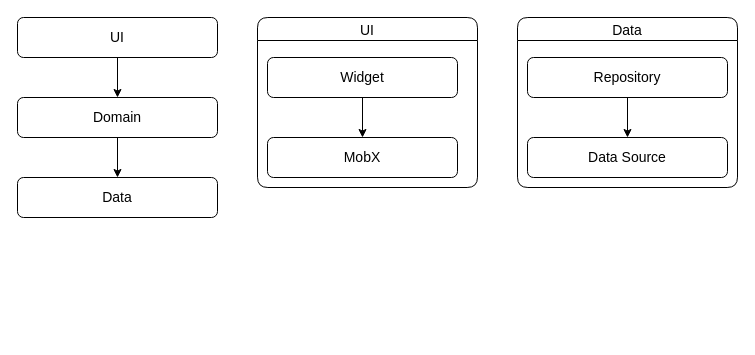
ShiryaevNikolay/diagrams keeps this draw.io diagram as thesis.drawio. Above is the earlier version. Source tidied: cells renumbered, new cells numbered last; positions are measured from the earlier drawing's top-left corner, leaving out a move shared by most shapes. Both pictures are drawn from the tidied source at 100%, with x=0, y=0 at pixel (17, 17).
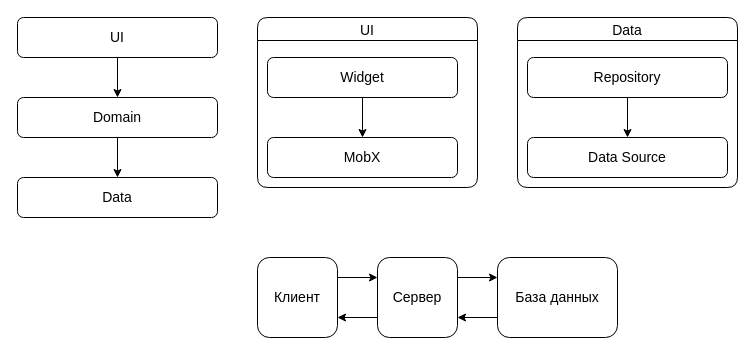
The same diagram, later.

Diff of the diagram source:
```diff
@@
-    <mxCell id="6" style="group;" parent="1" vertex="1">
+    <mxCell id="6" style="group;rounded=1;" parent="1" vertex="1">
       <mxGeometry width="200" height="200" as="geometry" />
     </mxCell>
@@
+    <mxCell id="16" style="edgeStyle=orthogonalEdgeStyle;rounded=1;jettySize=auto;html=1;exitX=1;exitY=0.25;exitDx=0;exitDy=0;entryX=0;entryY=0.25;entryDx=0;entryDy=0;" parent="1" edge="1" source="17" target="20">
+      <mxGeometry relative="1" as="geometry" />
+    </mxCell>
+    <mxCell id="17" value="&lt;font style=&quot;font-size: 14px;&quot;&gt;Клиент&lt;/font&gt;" style="rounded=1;whiteSpace=wrap;html=1;" parent="1" vertex="1">
+      <mxGeometry x="240" y="240" width="80" height="80" as="geometry" />
+    </mxCell>
+    <mxCell id="18" style="edgeStyle=orthogonalEdgeStyle;rounded=1;jettySize=auto;html=1;exitX=1;exitY=0.25;exitDx=0;exitDy=0;entryX=0;entryY=0.25;entryDx=0;entryDy=0;" parent="1" edge="1" source="20" target="22">
+      <mxGeometry relative="1" as="geometry" />
+    </mxCell>
+    <mxCell id="19" style="edgeStyle=orthogonalEdgeStyle;rounded=1;jettySize=auto;html=1;exitX=0;exitY=0.75;exitDx=0;exitDy=0;entryX=1;entryY=0.75;entryDx=0;entryDy=0;" parent="1" edge="1" source="20" target="17">
+      <mxGeometry relative="1" as="geometry" />
+    </mxCell>
+    <mxCell id="20" value="&lt;font style=&quot;font-size: 14px;&quot;&gt;Сервер&lt;/font&gt;" style="rounded=1;whiteSpace=wrap;html=1;" parent="1" vertex="1">
+      <mxGeometry x="360" y="240" width="80" height="80" as="geometry" />
+    </mxCell>
+    <mxCell id="21" style="edgeStyle=orthogonalEdgeStyle;rounded=1;jettySize=auto;html=1;exitX=0;exitY=0.75;exitDx=0;exitDy=0;entryX=1;entryY=0.75;entryDx=0;entryDy=0;" parent="1" edge="1" source="22" target="20">
+      <mxGeometry relative="1" as="geometry" />
+    </mxCell>
+    <mxCell id="22" value="&lt;font style=&quot;font-size: 14px;&quot;&gt;База данных&lt;/font&gt;" style="rounded=1;whiteSpace=wrap;html=1;" parent="1" vertex="1">
+      <mxGeometry x="480" y="240" width="120" height="80" as="geometry" />
+    </mxCell>
```
